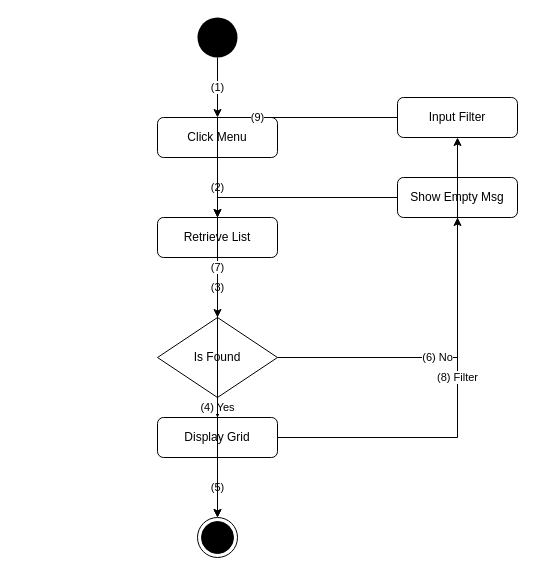
Before: activity_flow/uc45_activity_flow.drawio in kingDlight/UEIMS_Project, a draw.io diagram. Source tidied: cells renumbered, new cells numbered last; positions are measured from the earlier drawing's top-left corner, leaving out a move shared by most shapes. Both pictures are drawn from the tidied source at 100%, with x=0, y=0 at pixel (157, 17).
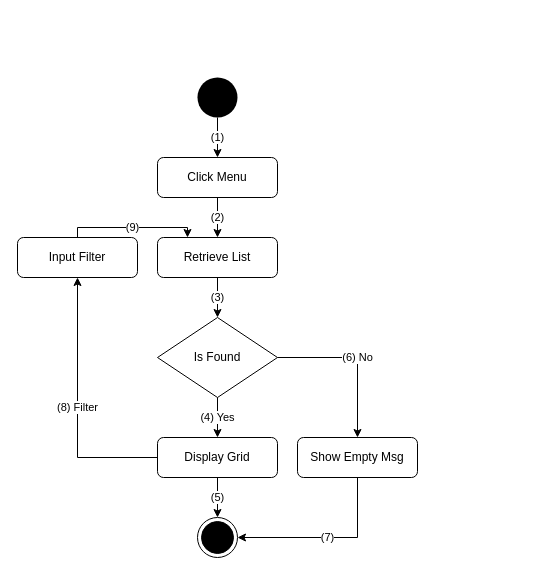
The same diagram, later.

Diff of the diagram source:
```diff
@@
 <mxGraphModel>
   <root>
     <mxCell id="0" />
     <mxCell id="1" parent="0" />
     <mxCell id="2" style="ellipse;whiteSpace=wrap;html=1;fillColor=#000000;strokeColor=none;" parent="1" vertex="1">
-      <mxGeometry x="40" width="40" height="40" as="geometry" />
+      <mxGeometry x="40" y="60" width="40" height="40" as="geometry" />
     </mxCell>
     <mxCell id="3" value="Click Menu" style="rounded=1;whiteSpace=wrap;html=1;" parent="1" vertex="1">
-      <mxGeometry y="100" width="120" height="40" as="geometry" />
+      <mxGeometry y="140" width="120" height="40" as="geometry" />
     </mxCell>
     <mxCell id="4" value="Retrieve List" style="rounded=1;whiteSpace=wrap;html=1;" parent="1" vertex="1">
-      <mxGeometry y="200" width="120" height="40" as="geometry" />
+      <mxGeometry y="220" width="120" height="40" as="geometry" />
     </mxCell>
     <mxCell id="5" value="Is Found" style="rhombus;whiteSpace=wrap;html=1;" parent="1" vertex="1">
       <mxGeometry y="300" width="120" height="80" as="geometry" />
     </mxCell>
     <mxCell id="6" value="Display Grid" style="rounded=1;whiteSpace=wrap;html=1;" parent="1" vertex="1">
-      <mxGeometry y="400" width="120" height="40" as="geometry" />
+      <mxGeometry y="420" width="120" height="40" as="geometry" />
     </mxCell>
     <mxCell id="7" style="ellipse;html=1;shape=endState;fillColor=#000000;strokeColor=#000000;" parent="1" vertex="1">
       <mxGeometry x="40" y="500" width="40" height="40" as="geometry" />
     </mxCell>
     <mxCell id="8" value="Input Filter" style="rounded=1;whiteSpace=wrap;html=1;" parent="1" vertex="1">
-      <mxGeometry x="240" y="80" width="120" height="40" as="geometry" />
+      <mxGeometry x="-140" y="220" width="120" height="40" as="geometry" />
     </mxCell>
     <mxCell id="9" value="Show Empty Msg" style="rounded=1;whiteSpace=wrap;html=1;" parent="1" vertex="1">
-      <mxGeometry x="240" y="160" width="120" height="40" as="geometry" />
+      <mxGeometry x="140" y="420" width="120" height="40" as="geometry" />
     </mxCell>
     <mxCell id="10" value="(1)" style="edgeStyle=orthogonalEdgeStyle;rounded=0;html=1;exitX=0.5;exitY=1;entryX=0.5;entryY=0;" parent="1" edge="1" source="2" target="3">
       <mxGeometry relative="1" as="geometry" />
     </mxCell>
     <mxCell id="11" value="(2)" style="edgeStyle=orthogonalEdgeStyle;rounded=0;html=1;exitX=0.5;exitY=1;entryX=0.5;entryY=0;" parent="1" edge="1" source="3" target="4">
       <mxGeometry relative="1" as="geometry" />
     </mxCell>
     <mxCell id="12" value="(3)" style="edgeStyle=orthogonalEdgeStyle;rounded=0;html=1;exitX=0.5;exitY=1;entryX=0.5;entryY=0;" parent="1" edge="1" source="4" target="5">
       <mxGeometry relative="1" as="geometry" />
     </mxCell>
     <mxCell id="13" value="(4) Yes" style="edgeStyle=orthogonalEdgeStyle;rounded=0;html=1;exitX=0.5;exitY=1;entryX=0.5;entryY=0;" parent="1" edge="1" source="5" target="6">
       <mxGeometry relative="1" as="geometry" />
     </mxCell>
     <mxCell id="14" value="(5)" style="edgeStyle=orthogonalEdgeStyle;rounded=0;html=1;exitX=0.5;exitY=1;entryX=0.5;entryY=0;" parent="1" edge="1" source="6" target="7">
       <mxGeometry relative="1" as="geometry" />
     </mxCell>
-    <mxCell id="15" value="(8) Filter" style="edgeStyle=orthogonalEdgeStyle;rounded=0;html=1;exitX=1;exitY=0.5;entryX=0.5;entryY=1;" parent="1" edge="1" source="6" target="8">
+    <mxCell id="15" value="(8) Filter" style="edgeStyle=orthogonalEdgeStyle;rounded=0;html=1;exitX=0;exitY=0.5;entryX=0.5;entryY=1;exitDx=0;exitDy=0;" parent="1" edge="1" source="6" target="8">
       <mxGeometry relative="1" as="geometry" />
     </mxCell>
-    <mxCell id="16" value="(9)" style="edgeStyle=orthogonalEdgeStyle;rounded=0;html=1;exitX=0;exitY=0.5;entryX=0.5;entryY=0;" parent="1" edge="1" source="8" target="4">
+    <mxCell id="16" value="(9)" style="edgeStyle=orthogonalEdgeStyle;rounded=0;html=1;exitX=0.5;exitY=0;entryX=0.25;entryY=0;entryDx=0;entryDy=0;exitDx=0;exitDy=0;" parent="1" edge="1" source="8" target="4">
       <mxGeometry relative="1" as="geometry" />
     </mxCell>
-    <mxCell id="17" value="(6) No" style="edgeStyle=orthogonalEdgeStyle;rounded=0;html=1;exitX=1;exitY=0.5;entryX=0.5;entryY=1;" parent="1" edge="1" source="5" target="9">
+    <mxCell id="17" value="(6) No" style="edgeStyle=orthogonalEdgeStyle;rounded=0;html=1;exitX=1;exitY=0.5;entryX=0.5;entryY=0;entryDx=0;entryDy=0;" parent="1" edge="1" source="5" target="9">
       <mxGeometry relative="1" as="geometry" />
     </mxCell>
-    <mxCell id="18" value="(7)" style="edgeStyle=orthogonalEdgeStyle;rounded=0;html=1;exitX=0;exitY=0.5;entryX=0.5;entryY=0;" parent="1" edge="1" source="9" target="7">
+    <mxCell id="18" value="(7)" style="edgeStyle=orthogonalEdgeStyle;rounded=0;html=1;exitX=0.5;exitY=1;entryX=1;entryY=0.5;entryDx=0;entryDy=0;exitDx=0;exitDy=0;" parent="1" edge="1" source="9" target="7">
       <mxGeometry relative="1" as="geometry" />
     </mxCell>
   </root>
 </mxGraphModel>
```
